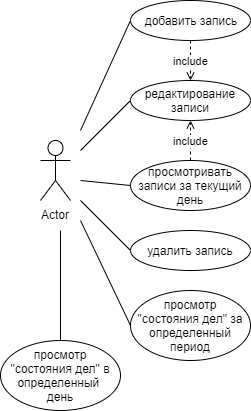
poupoupouCx/your_day keeps this draw.io diagram as Images/use_case.png. Above is the earlier version. Source tidied: cells renumbered, new cells last; positions are measured from the earlier drawing's top-left corner, leaving out a move shared by most shapes. The source it was exported from:
```xml
<mxGraphModel>
  <root>
    <mxCell id="0" />
    <mxCell id="1" parent="0" />
    <mxCell id="2" value="Actor" style="shape=umlActor;verticalLabelPosition=bottom;labelBackgroundColor=#ffffff;verticalAlign=top;html=1;" parent="1" vertex="1">
      <mxGeometry x="40" y="140" width="30" height="60" as="geometry" />
    </mxCell>
    <mxCell id="3" value="добавить запись" style="ellipse;whiteSpace=wrap;html=1;" parent="1" vertex="1">
      <mxGeometry x="130" width="120" height="40" as="geometry" />
    </mxCell>
    <mxCell id="4" value="удалить запись" style="ellipse;whiteSpace=wrap;html=1;" parent="1" vertex="1">
      <mxGeometry x="130" y="230" width="120" height="40" as="geometry" />
    </mxCell>
    <mxCell id="5" value="просмотривать записи за текущий день" style="ellipse;whiteSpace=wrap;html=1;" parent="1" vertex="1">
      <mxGeometry x="130" y="160" width="120" height="50" as="geometry" />
    </mxCell>
    <mxCell id="6" value="просмотр &quot;состояния дел&quot; за определенный период" style="ellipse;whiteSpace=wrap;html=1;" parent="1" vertex="1">
      <mxGeometry x="130" y="290" width="120" height="70" as="geometry" />
    </mxCell>
    <mxCell id="7" style="endArrow=none;html=1;entryX=0;entryY=0.5;entryDx=0;entryDy=0;" parent="1" edge="1" target="3">
      <mxGeometry relative="1" as="geometry">
        <mxPoint x="80" y="130" as="sourcePoint" />
      </mxGeometry>
    </mxCell>
    <mxCell id="8" style="endArrow=none;html=1;entryX=0;entryY=0.5;entryDx=0;entryDy=0;" parent="1" edge="1" target="4">
      <mxGeometry relative="1" as="geometry">
        <mxPoint x="80" y="200" as="sourcePoint" />
      </mxGeometry>
    </mxCell>
    <mxCell id="9" style="endArrow=none;html=1;entryX=0;entryY=0.5;entryDx=0;entryDy=0;" parent="1" edge="1" target="5">
      <mxGeometry relative="1" as="geometry">
        <mxPoint x="80" y="180" as="sourcePoint" />
      </mxGeometry>
    </mxCell>
    <mxCell id="10" style="endArrow=none;html=1;entryX=0;entryY=0.5;entryDx=0;entryDy=0;" parent="1" edge="1" target="6">
      <mxGeometry relative="1" as="geometry">
        <mxPoint x="80" y="220" as="sourcePoint" />
      </mxGeometry>
    </mxCell>
    <mxCell id="11" value="редактирование записи" style="ellipse;whiteSpace=wrap;html=1;perimeterSpacing=0;" parent="1" vertex="1">
      <mxGeometry x="130" y="80" width="120" height="40" as="geometry" />
    </mxCell>
    <mxCell id="12" value="include" style="endArrow=open;endSize=6;endFill=0;html=1;dashed=1;startArrow=none;startFill=0;exitX=0.5;exitY=1;exitDx=0;exitDy=0;entryX=0.5;entryY=0;entryDx=0;entryDy=0;" parent="1" edge="1" source="3" target="11">
      <mxGeometry relative="1" as="geometry" />
    </mxCell>
    <mxCell id="13" style="endArrow=none;html=1;entryX=0;entryY=0.5;entryDx=0;entryDy=0;" parent="1" edge="1" target="11">
      <mxGeometry relative="1" as="geometry">
        <mxPoint x="80" y="150" as="sourcePoint" />
      </mxGeometry>
    </mxCell>
    <mxCell id="14" value="include" style="endArrow=open;endSize=6;endFill=0;html=1;dashed=1;startArrow=none;startFill=0;exitX=0.5;exitY=0;exitDx=0;exitDy=0;entryX=0.5;entryY=1;entryDx=0;entryDy=0;" parent="1" edge="1" source="5" target="11">
      <mxGeometry relative="1" as="geometry" />
    </mxCell>
    <mxCell id="15" value="просмотр &quot;состояния дел&quot; в определенный &lt;br&gt;день" style="ellipse;whiteSpace=wrap;html=1;" parent="1" vertex="1">
      <mxGeometry y="340" width="120" height="70" as="geometry" />
    </mxCell>
    <mxCell id="16" style="endArrow=none;html=1;entryX=0.5;entryY=0;entryDx=0;entryDy=0;" parent="1" edge="1" target="15">
      <mxGeometry relative="1" as="geometry">
        <mxPoint x="60" y="230" as="sourcePoint" />
      </mxGeometry>
    </mxCell>
  </root>
</mxGraphModel>
```
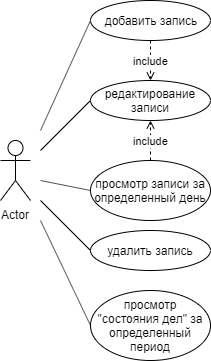
Above is the later version.

Diff of the diagram source:
```diff
@@ -11,8 +11,8 @@
     <mxCell id="4" value="удалить запись" style="ellipse;whiteSpace=wrap;html=1;" parent="1" vertex="1">
       <mxGeometry x="130" y="230" width="120" height="40" as="geometry" />
     </mxCell>
-    <mxCell id="5" value="просмотривать записи за текущий день" style="ellipse;whiteSpace=wrap;html=1;" parent="1" vertex="1">
-      <mxGeometry x="130" y="160" width="120" height="50" as="geometry" />
+    <mxCell id="5" value="просмотр записи за определенный день" style="ellipse;whiteSpace=wrap;html=1;" parent="1" vertex="1">
+      <mxGeometry x="130" y="160" width="120" height="60" as="geometry" />
     </mxCell>
     <mxCell id="6" value="просмотр &quot;состояния дел&quot; за определенный период" style="ellipse;whiteSpace=wrap;html=1;" parent="1" vertex="1">
       <mxGeometry x="130" y="290" width="120" height="70" as="geometry" />
@@ -51,13 +51,5 @@
     <mxCell id="14" value="include" style="endArrow=open;endSize=6;endFill=0;html=1;dashed=1;startArrow=none;startFill=0;exitX=0.5;exitY=0;exitDx=0;exitDy=0;entryX=0.5;entryY=1;entryDx=0;entryDy=0;" parent="1" edge="1" source="5" target="11">
       <mxGeometry relative="1" as="geometry" />
     </mxCell>
-    <mxCell id="15" value="просмотр &quot;состояния дел&quot; в определенный &lt;br&gt;день" style="ellipse;whiteSpace=wrap;html=1;" parent="1" vertex="1">
-      <mxGeometry y="340" width="120" height="70" as="geometry" />
-    </mxCell>
-    <mxCell id="16" style="endArrow=none;html=1;entryX=0.5;entryY=0;entryDx=0;entryDy=0;" parent="1" edge="1" target="15">
-      <mxGeometry relative="1" as="geometry">
-        <mxPoint x="60" y="230" as="sourcePoint" />
-      </mxGeometry>
-    </mxCell>
   </root>
 </mxGraphModel>
```
